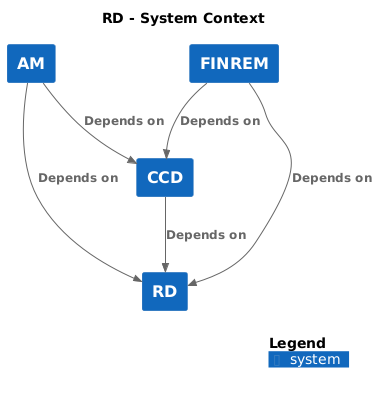
hmcts/cnp-api-docs keeps this PlantUML diagram as docs/c4/rd/images/structurizr-rd-context.png. Above is the earlier version.
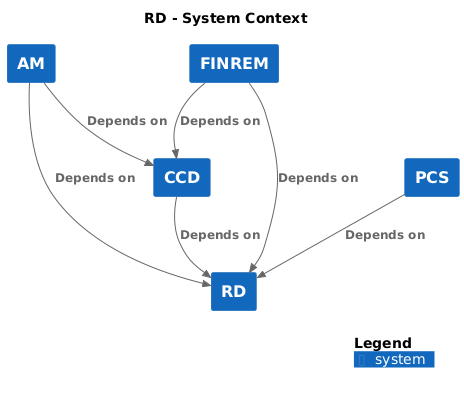
After the change.

The edit, as a diff of the source:
```diff
@@ -9,6 +9,7 @@
 
 System(RD, "RD", $descr="", $tags="", $link="")
 System(AM, "AM", $descr="", $tags="", $link="")
+System(PCS, "PCS", $descr="", $tags="", $link="")
 System(CCD, "CCD", $descr="", $tags="", $link="")
 System(FINREM, "FINREM", $descr="", $tags="", $link="")
 
@@ -17,6 +18,7 @@
 Rel(FINREM, RD, "Depends on", $techn="", $tags="", $link="")
 Rel(AM, RD, "Depends on", $techn="", $tags="", $link="")
 Rel(AM, CCD, "Depends on", $techn="", $tags="", $link="")
+Rel(PCS, RD, "Depends on", $techn="", $tags="", $link="")
 
 SHOW_DYNAMIC_LEGEND()
 @enduml
```
